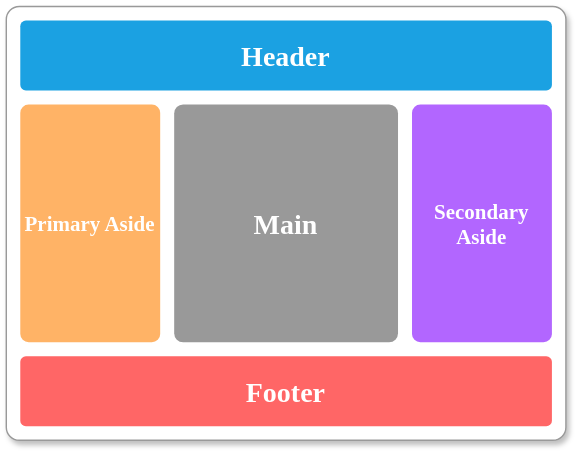
Above: assets/content-press.svg in TerryZ/v-layouts (draw.io), before the change. Source tidied: cells renumbered, new cells last; positions are measured from the earlier drawing's top-left corner, leaving out a move shared by most shapes.
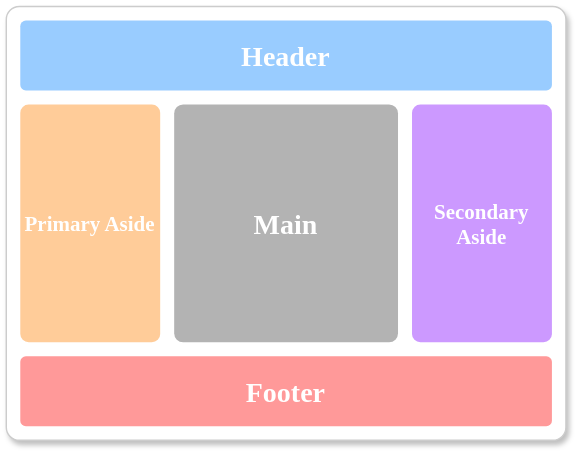
Above is the later version.

Commit message:
feat: 更新预览图配色

Diff of the diagram source:
```diff
@@ -2,22 +2,22 @@
   <root>
     <mxCell id="0" />
     <mxCell id="1" parent="0" />
-    <mxCell id="2" style="rounded=1;whiteSpace=wrap;html=1;glass=0;sketch=0;shadow=1;arcSize=3;fontFamily=Verdana;fontSize=20;fontStyle=1;fontColor=#FFFFFF;strokeColor=#999999;" parent="1" vertex="1">
+    <mxCell id="2" style="rounded=1;whiteSpace=wrap;html=1;glass=0;sketch=0;shadow=1;arcSize=3;fontFamily=Verdana;fontSize=20;fontStyle=1;fontColor=#FFFFFF;strokeColor=#CCCCCC;" parent="1" vertex="1">
       <mxGeometry width="400" height="310" as="geometry" />
     </mxCell>
-    <mxCell id="3" value="Header" style="rounded=1;whiteSpace=wrap;html=1;shadow=0;glass=0;sketch=0;arcSize=8;fillColor=#1ba1e2;strokeColor=none;fontFamily=Verdana;fontSize=20;fontStyle=1;fontColor=#ffffff;" parent="1" vertex="1">
+    <mxCell id="3" value="Header" style="rounded=1;whiteSpace=wrap;html=1;shadow=0;glass=0;sketch=0;arcSize=8;fillColor=#99CCFF;strokeColor=none;fontFamily=Verdana;fontSize=20;fontStyle=1;fontColor=#ffffff;" parent="1" vertex="1">
       <mxGeometry x="10" y="10" width="380" height="50" as="geometry" />
     </mxCell>
-    <mxCell id="4" value="Primary Aside" style="rounded=1;whiteSpace=wrap;html=1;shadow=0;glass=0;sketch=0;arcSize=6;fillColor=#FFB366;strokeColor=none;fontFamily=Verdana;fontSize=15;fontStyle=1;fontColor=#FFFFFF;" parent="1" vertex="1">
+    <mxCell id="4" value="Primary Aside" style="rounded=1;whiteSpace=wrap;html=1;shadow=0;glass=0;sketch=0;arcSize=6;fillColor=#FFCC99;strokeColor=none;fontFamily=Verdana;fontSize=15;fontStyle=1;fontColor=#FFFFFF;" parent="1" vertex="1">
       <mxGeometry x="10" y="70" width="100" height="170" as="geometry" />
     </mxCell>
-    <mxCell id="5" value="Main" style="rounded=1;whiteSpace=wrap;html=1;shadow=0;glass=0;sketch=0;arcSize=4;fillColor=#999999;strokeColor=none;fontFamily=Verdana;fontSize=20;fontStyle=1;fontColor=#FFFFFF;" parent="1" vertex="1">
+    <mxCell id="5" value="Main" style="rounded=1;whiteSpace=wrap;html=1;shadow=0;glass=0;sketch=0;arcSize=4;fillColor=#B3B3B3;strokeColor=none;fontFamily=Verdana;fontSize=20;fontStyle=1;fontColor=#FFFFFF;" parent="1" vertex="1">
       <mxGeometry x="120" y="70" width="160" height="170" as="geometry" />
     </mxCell>
-    <mxCell id="6" value="Footer" style="rounded=1;whiteSpace=wrap;html=1;shadow=0;glass=0;sketch=0;arcSize=8;fillColor=#FF6666;strokeColor=none;fontFamily=Verdana;fontSize=20;fontStyle=1;fontColor=#FFFFFF;" parent="1" vertex="1">
+    <mxCell id="6" value="Footer" style="rounded=1;whiteSpace=wrap;html=1;shadow=0;glass=0;sketch=0;arcSize=8;fillColor=#FF9999;strokeColor=none;fontFamily=Verdana;fontSize=20;fontStyle=1;fontColor=#FFFFFF;" parent="1" vertex="1">
       <mxGeometry x="10" y="250" width="380" height="50" as="geometry" />
     </mxCell>
-    <mxCell id="7" value="Secondary Aside" style="rounded=1;whiteSpace=wrap;html=1;shadow=0;glass=0;sketch=0;arcSize=6;fillColor=#B266FF;strokeColor=none;fontFamily=Verdana;fontSize=15;fontStyle=1;fontColor=#FFFFFF;" parent="1" vertex="1">
+    <mxCell id="7" value="Secondary Aside" style="rounded=1;whiteSpace=wrap;html=1;shadow=0;glass=0;sketch=0;arcSize=6;fillColor=#CC99FF;strokeColor=none;fontFamily=Verdana;fontSize=15;fontStyle=1;fontColor=#FFFFFF;" parent="1" vertex="1">
       <mxGeometry x="290" y="70" width="100" height="170" as="geometry" />
     </mxCell>
   </root>
```
